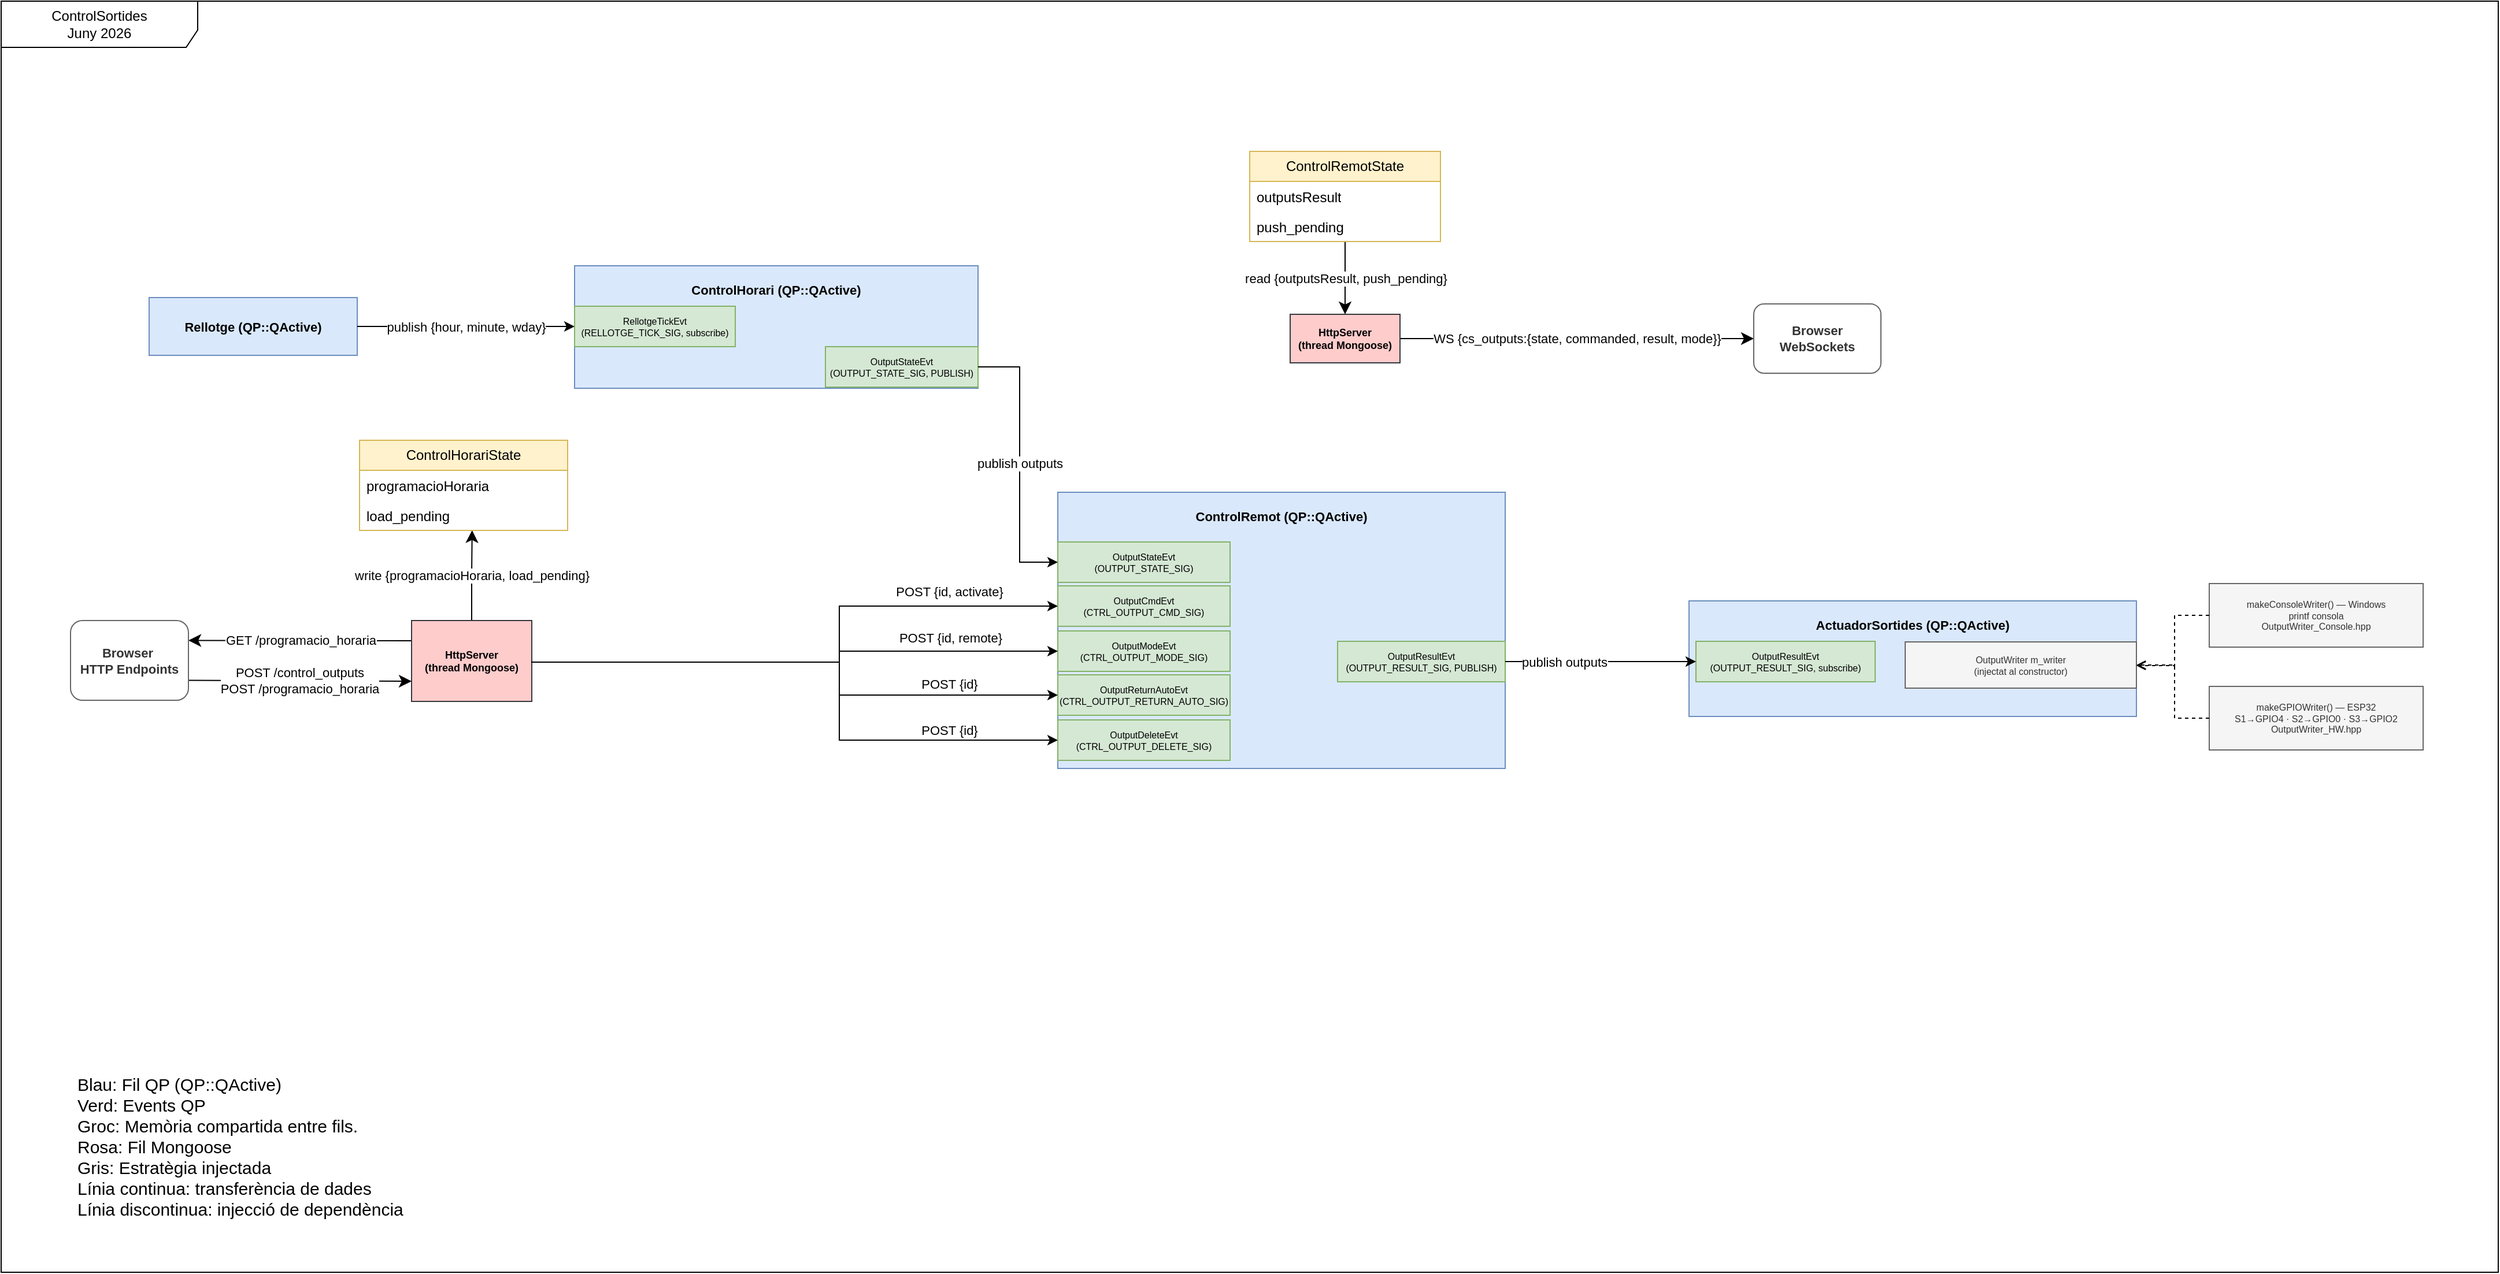
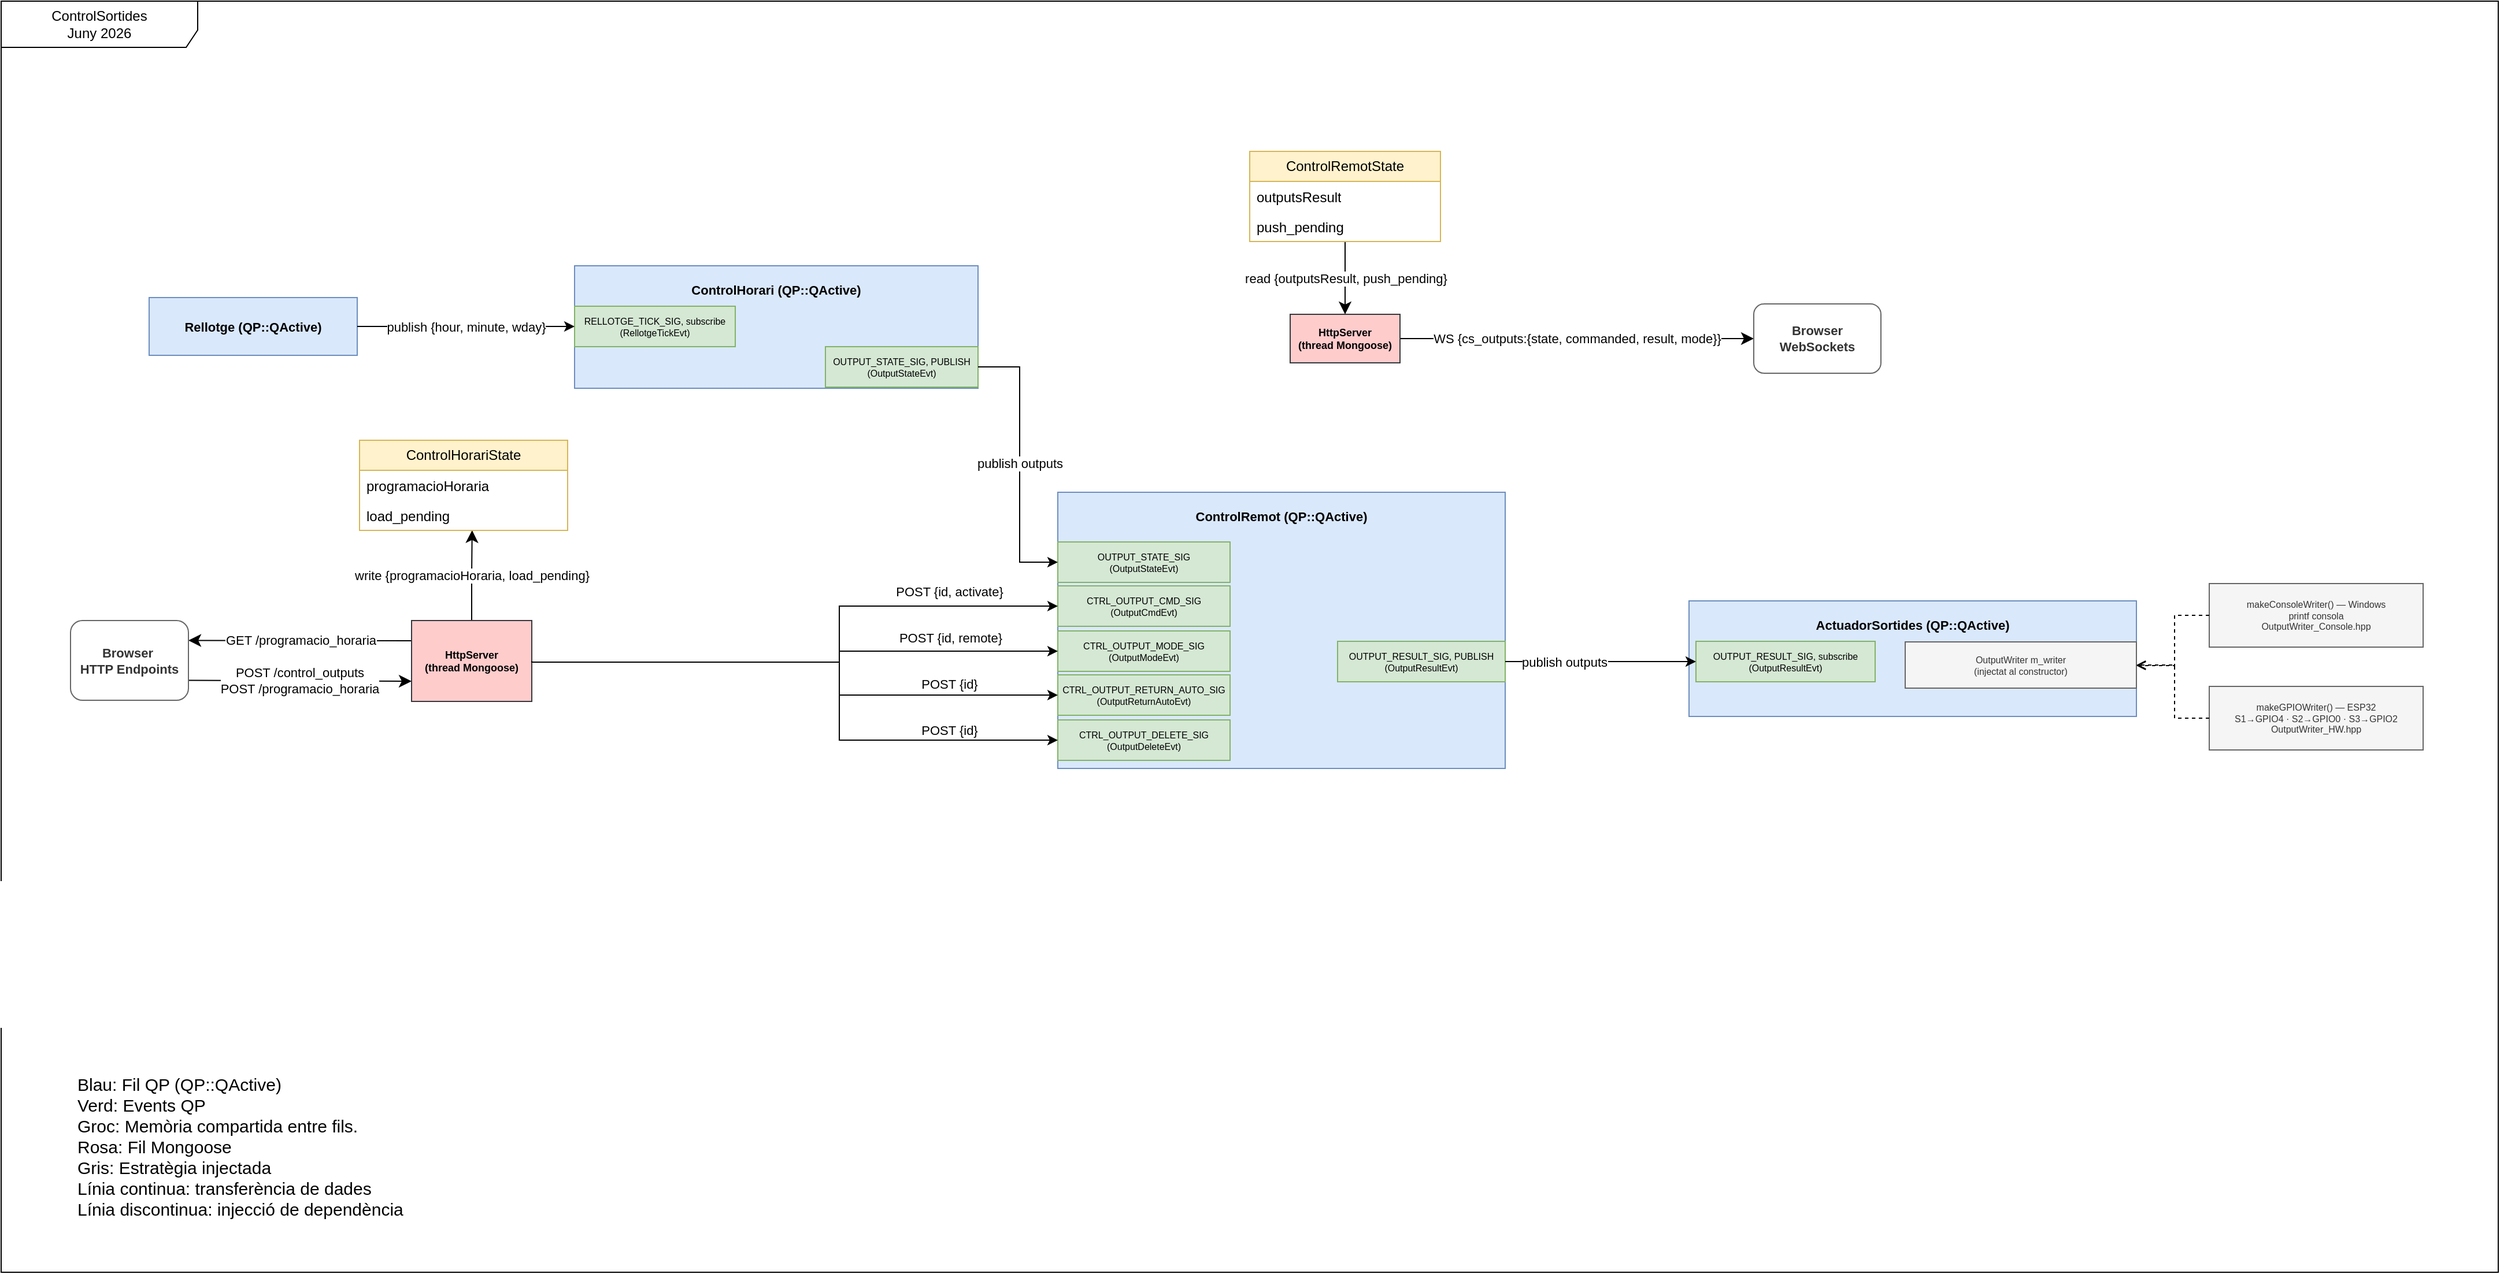
<mxfile host="Electron" agent="Mozilla/5.0 (Windows NT 10.0; Win64; x64) AppleWebKit/537.36 (KHTML, like Gecko) draw.io/28.2.8 Chrome/140.0.7339.240 Electron/38.4.0 Safari/537.36" version="28.2.8">
  <diagram name="ControlRemot" id="controlremot">
    <mxGraphModel dx="2570" dy="1658" grid="1" gridSize="10" guides="1" tooltips="1" connect="1" arrows="1" fold="1" page="1" pageScale="1" pageWidth="2336" pageHeight="1654" math="0" shadow="0">
      <root>
        <mxCell id="0" />
        <mxCell id="1" parent="0" />
        <mxCell id="hFHh7xch7r8VRYxtVC4N-1" value="&lt;span style=&quot;font-family: Helvetica; font-size: 11px;&quot;&gt;GET /programacio_horaria&lt;/span&gt;" style="edgeStyle=none;curved=1;rounded=0;orthogonalLoop=1;jettySize=auto;html=1;exitX=0;exitY=0.25;exitDx=0;exitDy=0;entryX=1;entryY=0.25;entryDx=0;entryDy=0;startSize=8;endSize=8;fontFamily=Helvetica;fontSize=11" parent="1" source="http" target="nPEGExYc4R3wSkc33mew-3" edge="1">
          <mxGeometry relative="1" as="geometry" />
        </mxCell>
        <mxCell id="hX1N1Huatbx-X40mZiJC-2" value="&lt;span style=&quot;color: rgb(0, 0, 0); font-family: Helvetica; font-size: 11px; font-style: normal; font-variant-ligatures: normal; font-variant-caps: normal; font-weight: 400; letter-spacing: normal; orphans: 2; text-align: center; text-indent: 0px; text-transform: none; widows: 2; word-spacing: 0px; -webkit-text-stroke-width: 0px; white-space: nowrap; background-color: rgb(255, 255, 255); text-decoration-thickness: initial; text-decoration-style: initial; text-decoration-color: initial; display: inline !important; float: none;&quot;&gt;write {programacioHoraria, load_pending}&lt;/span&gt;" style="edgeStyle=orthogonalEdgeStyle;rounded=0;orthogonalLoop=1;jettySize=auto;html=1;exitX=0.5;exitY=0;exitDx=0;exitDy=0;startSize=8;endSize=8;entryX=0.541;entryY=0.994;entryDx=0;entryDy=0;entryPerimeter=0;fontFamily=Helvetica;fontSize=11" parent="1" source="http" target="ch_reload_f2" edge="1">
          <mxGeometry relative="1" as="geometry" />
        </mxCell>
        <mxCell id="http" value="HttpServer&#xa;(thread Mongoose)" style="rounded=0;whiteSpace=wrap;html=1;fillColor=#ffcccc;strokeColor=#36393d;fontSize=9;fontStyle=1" parent="1" vertex="1">
          <mxGeometry x="435" y="806" width="104" height="70" as="geometry" />
        </mxCell>
        <mxCell id="nPEGExYc4R3wSkc33mew-6" value="WS {cs_outputs:{state, commanded, result, mode}}" style="edgeStyle=none;curved=1;rounded=0;orthogonalLoop=1;jettySize=auto;html=1;exitX=1;exitY=0.5;exitDx=0;exitDy=0;startSize=8;endSize=8;startArrow=none;startFill=0;fontFamily=Helvetica;fontSize=11" parent="1" source="ws" target="nPEGExYc4R3wSkc33mew-5" edge="1">
          <mxGeometry relative="1" as="geometry" />
        </mxCell>
        <mxCell id="ws" value="HttpServer&lt;br&gt;(thread Mongoose)" style="rounded=0;whiteSpace=wrap;html=1;fillColor=#ffcccc;strokeColor=#36393d;fontSize=9;fontStyle=1" parent="1" vertex="1">
          <mxGeometry x="1195" y="541" width="95" height="42" as="geometry" />
        </mxCell>
        <mxCell id="ch" value="ControlHorari (QP::QActive)" style="rounded=0;whiteSpace=wrap;html=1;fillColor=#dae8fc;strokeColor=#6c8ebf;fontSize=11;fontStyle=1;verticalAlign=top;spacingTop=8" parent="1" vertex="1">
          <mxGeometry x="576" y="499" width="349" height="106" as="geometry" />
        </mxCell>
-         <mxCell id="ch_tick" value="RellotgeTickEvt&#xa;(RELLOTGE_TICK_SIG, subscribe)" style="rounded=0;whiteSpace=wrap;html=1;fillColor=#d5e8d4;strokeColor=#82b366;fontSize=8" parent="1" vertex="1">
+         <mxCell id="ch_tick" value="RELLOTGE_TICK_SIG, subscribe&#xa;(RellotgeTickEvt)" style="rounded=0;whiteSpace=wrap;html=1;fillColor=#d5e8d4;strokeColor=#82b366;fontSize=8" parent="1" vertex="1">
          <mxGeometry x="576" y="534" width="139" height="35" as="geometry" />
        </mxCell>
        <mxCell id="ch_reload" value="ControlHorariState" style="swimlane;fontStyle=0;childLayout=stackLayout;horizontal=1;startSize=26;fillColor=#fff2cc;horizontalStack=0;resizeParent=1;resizeParentMax=0;resizeLast=0;collapsible=0;marginBottom=0;whiteSpace=wrap;html=1;strokeColor=#d6b656;" parent="1" vertex="1">
          <mxGeometry x="390" y="650" width="180" height="78" as="geometry" />
        </mxCell>
        <mxCell id="ch_reload_f1" value="programacioHoraria" style="text;strokeColor=none;fillColor=none;align=left;verticalAlign=top;spacingLeft=4;spacingRight=4;overflow=hidden;rotatable=0;points=[[0,0.5],[1,0.5]];portConstraint=eastwest;whiteSpace=wrap;html=1;" parent="ch_reload" vertex="1">
          <mxGeometry y="26" width="180" height="26" as="geometry" />
        </mxCell>
        <mxCell id="ch_reload_f2" value="load_pending" style="text;strokeColor=none;fillColor=none;align=left;verticalAlign=top;spacingLeft=4;spacingRight=4;overflow=hidden;rotatable=0;points=[[0,0.5],[1,0.5]];portConstraint=eastwest;whiteSpace=wrap;html=1;" parent="ch_reload" vertex="1">
          <mxGeometry y="52" width="180" height="26" as="geometry" />
        </mxCell>
-         <mxCell id="ch_out_io" value="OutputStateEvt&#xa;(OUTPUT_STATE_SIG, PUBLISH)" style="rounded=0;whiteSpace=wrap;html=1;fillColor=#d5e8d4;strokeColor=#82b366;fontSize=8" parent="1" vertex="1">
+         <mxCell id="ch_out_io" value="OUTPUT_STATE_SIG, PUBLISH&#xa;(OutputStateEvt)" style="rounded=0;whiteSpace=wrap;html=1;fillColor=#d5e8d4;strokeColor=#82b366;fontSize=8" parent="1" vertex="1">
          <mxGeometry x="793" y="569" width="132" height="35" as="geometry" />
        </mxCell>
        <mxCell id="rl" value="Rellotge (QP::QActive)" style="rounded=0;whiteSpace=wrap;html=1;fillColor=#dae8fc;strokeColor=#6c8ebf;fontSize=11;fontStyle=1;" parent="1" vertex="1">
          <mxGeometry x="208" y="526.5" width="180" height="50" as="geometry" />
        </mxCell>
        <mxCell id="cr" value="ControlRemot (QP::QActive)" style="rounded=0;whiteSpace=wrap;html=1;fillColor=#dae8fc;strokeColor=#6c8ebf;fontSize=11;fontStyle=1;verticalAlign=top;spacingTop=8" parent="1" vertex="1">
          <mxGeometry x="994" y="695" width="387" height="239" as="geometry" />
        </mxCell>
-         <mxCell id="in_io" value="OutputStateEvt&#xa;(OUTPUT_STATE_SIG)" style="rounded=0;whiteSpace=wrap;html=1;fillColor=#d5e8d4;strokeColor=#82b366;fontSize=8" parent="1" vertex="1">
+         <mxCell id="in_io" value="OUTPUT_STATE_SIG&#xa;(OutputStateEvt)" style="rounded=0;whiteSpace=wrap;html=1;fillColor=#d5e8d4;strokeColor=#82b366;fontSize=8" parent="1" vertex="1">
          <mxGeometry x="994" y="738" width="149" height="35" as="geometry" />
        </mxCell>
-         <mxCell id="in_cmd" value="OutputCmdEvt&#xa;(CTRL_OUTPUT_CMD_SIG)" style="rounded=0;whiteSpace=wrap;html=1;fillColor=#d5e8d4;strokeColor=#82b366;fontSize=8" parent="1" vertex="1">
+         <mxCell id="in_cmd" value="CTRL_OUTPUT_CMD_SIG&#xa;(OutputCmdEvt)" style="rounded=0;whiteSpace=wrap;html=1;fillColor=#d5e8d4;strokeColor=#82b366;fontSize=8" parent="1" vertex="1">
          <mxGeometry x="994" y="776" width="149" height="35" as="geometry" />
        </mxCell>
-         <mxCell id="in_mode" value="OutputModeEvt&#xa;(CTRL_OUTPUT_MODE_SIG)" style="rounded=0;whiteSpace=wrap;html=1;fillColor=#d5e8d4;strokeColor=#82b366;fontSize=8" parent="1" vertex="1">
+         <mxCell id="in_mode" value="CTRL_OUTPUT_MODE_SIG&#xa;(OutputModeEvt)" style="rounded=0;whiteSpace=wrap;html=1;fillColor=#d5e8d4;strokeColor=#82b366;fontSize=8" parent="1" vertex="1">
          <mxGeometry x="994" y="815" width="149" height="35" as="geometry" />
        </mxCell>
-         <mxCell id="in_ret" value="OutputReturnAutoEvt&#xa;(CTRL_OUTPUT_RETURN_AUTO_SIG)" style="rounded=0;whiteSpace=wrap;html=1;fillColor=#d5e8d4;strokeColor=#82b366;fontSize=8" parent="1" vertex="1">
+         <mxCell id="in_ret" value="CTRL_OUTPUT_RETURN_AUTO_SIG&#xa;(OutputReturnAutoEvt)" style="rounded=0;whiteSpace=wrap;html=1;fillColor=#d5e8d4;strokeColor=#82b366;fontSize=8" parent="1" vertex="1">
          <mxGeometry x="994" y="853" width="149" height="35" as="geometry" />
        </mxCell>
-         <mxCell id="in_del" value="OutputDeleteEvt&#xa;(CTRL_OUTPUT_DELETE_SIG)" style="rounded=0;whiteSpace=wrap;html=1;fillColor=#d5e8d4;strokeColor=#82b366;fontSize=8" parent="1" vertex="1">
+         <mxCell id="in_del" value="CTRL_OUTPUT_DELETE_SIG&#xa;(OutputDeleteEvt)" style="rounded=0;whiteSpace=wrap;html=1;fillColor=#d5e8d4;strokeColor=#82b366;fontSize=8" parent="1" vertex="1">
          <mxGeometry x="994" y="892" width="149" height="35" as="geometry" />
        </mxCell>
-         <mxCell id="out_pub" value="OutputResultEvt&#xa;(OUTPUT_RESULT_SIG, PUBLISH)" style="rounded=0;whiteSpace=wrap;html=1;fillColor=#d5e8d4;strokeColor=#82b366;fontSize=8" parent="1" vertex="1">
+         <mxCell id="out_pub" value="OUTPUT_RESULT_SIG, PUBLISH&#xa;(OutputResultEvt)" style="rounded=0;whiteSpace=wrap;html=1;fillColor=#d5e8d4;strokeColor=#82b366;fontSize=8" parent="1" vertex="1">
          <mxGeometry x="1236" y="824" width="145" height="35" as="geometry" />
        </mxCell>
        <mxCell id="hX1N1Huatbx-X40mZiJC-3" value="&lt;span style=&quot;font-size: 11px;&quot;&gt;read {outputsResult, push_pending}&lt;/span&gt;" style="edgeStyle=orthogonalEdgeStyle;rounded=0;orthogonalLoop=1;jettySize=auto;html=1;entryX=0.5;entryY=0;entryDx=0;entryDy=0;startSize=8;endSize=8;fontFamily=Helvetica;fontSize=11" parent="1" source="out_ss" target="ws" edge="1">
          <mxGeometry relative="1" as="geometry" />
        </mxCell>
        <mxCell id="out_ss" value="ControlRemotState" style="swimlane;fontStyle=0;childLayout=stackLayout;horizontal=1;startSize=26;fillColor=#fff2cc;horizontalStack=0;resizeParent=1;resizeParentMax=0;resizeLast=0;collapsible=0;marginBottom=0;whiteSpace=wrap;html=1;strokeColor=#d6b656;" parent="1" vertex="1">
          <mxGeometry x="1160" y="400" width="165" height="78" as="geometry" />
        </mxCell>
        <mxCell id="out_ss_f1" value="outputsResult" style="text;strokeColor=none;fillColor=none;align=left;verticalAlign=top;spacingLeft=4;spacingRight=4;overflow=hidden;rotatable=0;points=[[0,0.5],[1,0.5]];portConstraint=eastwest;whiteSpace=wrap;html=1;" parent="out_ss" vertex="1">
          <mxGeometry y="26" width="165" height="26" as="geometry" />
        </mxCell>
        <mxCell id="out_ss_f2" value="push_pending" style="text;strokeColor=none;fillColor=none;align=left;verticalAlign=top;spacingLeft=4;spacingRight=4;overflow=hidden;rotatable=0;points=[[0,0.5],[1,0.5]];portConstraint=eastwest;whiteSpace=wrap;html=1;" parent="out_ss" vertex="1">
          <mxGeometry y="52" width="165" height="26" as="geometry" />
        </mxCell>
        <mxCell id="e1" value="POST {id, activate}" style="edgeStyle=orthogonalEdgeStyle;rounded=0;html=1;exitX=1;exitY=0.5;entryX=0;entryY=0.5;fontFamily=Helvetica;fontSize=11" parent="1" source="http" target="in_cmd" edge="1">
          <mxGeometry x="0.6274" y="14" relative="1" as="geometry">
            <Array as="points">
              <mxPoint x="805" y="842" />
              <mxPoint x="805" y="794" />
            </Array>
            <mxPoint y="1" as="offset" />
          </mxGeometry>
        </mxCell>
        <mxCell id="e2" value="POST {id, remote}" style="edgeStyle=orthogonalEdgeStyle;rounded=0;html=1;exitX=1;exitY=0.5;entryX=0;entryY=0.5;fontFamily=Helvetica;fontSize=11" parent="1" source="http" target="in_mode" edge="1">
          <mxGeometry x="0.5961" y="13" relative="1" as="geometry">
            <Array as="points">
              <mxPoint x="805" y="842" />
              <mxPoint x="805" y="832" />
            </Array>
            <mxPoint x="1" y="1" as="offset" />
          </mxGeometry>
        </mxCell>
        <mxCell id="e3" value="POST {id}" style="edgeStyle=orthogonalEdgeStyle;rounded=0;html=1;exitX=1;exitY=0.5;entryX=0;entryY=0.5;fontFamily=Helvetica;fontSize=11" parent="1" source="http" target="in_ret" edge="1">
          <mxGeometry x="0.612" y="-29" relative="1" as="geometry">
            <Array as="points">
              <mxPoint x="539" y="842" />
              <mxPoint x="805" y="842" />
              <mxPoint x="805" y="871" />
            </Array>
            <mxPoint y="1" as="offset" />
          </mxGeometry>
        </mxCell>
        <mxCell id="e4" value="POST {id}" style="edgeStyle=orthogonalEdgeStyle;rounded=0;html=1;exitX=1;exitY=0.5;entryX=0;entryY=0.5;fontFamily=Helvetica;fontSize=11" parent="1" source="http" target="in_del" edge="1">
          <mxGeometry x="0.6409" y="50" relative="1" as="geometry">
            <Array as="points">
              <mxPoint x="539" y="842" />
              <mxPoint x="805" y="842" />
              <mxPoint x="805" y="909" />
            </Array>
            <mxPoint y="1" as="offset" />
          </mxGeometry>
        </mxCell>
        <mxCell id="e7" value="publish outputs" style="edgeStyle=orthogonalEdgeStyle;rounded=0;html=1;exitX=1;exitY=0.5;entryX=0;entryY=0.5;entryDx=0;entryDy=0;fontFamily=Helvetica;fontSize=11" parent="1" source="ch_out_io" target="in_io" edge="1">
          <mxGeometry relative="1" as="geometry">
            <Array as="points">
              <mxPoint x="961" y="587" />
              <mxPoint x="961" y="755" />
            </Array>
          </mxGeometry>
        </mxCell>
        <mxCell id="e10" value="publish {hour, minute, wday}" style="edgeStyle=orthogonalEdgeStyle;rounded=0;html=1;exitX=1;exitY=0.5;exitDx=0;exitDy=0;entryX=0;entryY=0.5;entryDx=0;entryDy=0;fontFamily=Helvetica;fontSize=11" parent="1" source="rl" target="ch_tick" edge="1">
          <mxGeometry relative="1" as="geometry" />
        </mxCell>
        <mxCell id="hFHh7xch7r8VRYxtVC4N-2" value="&lt;span style=&quot;font-size: 11px;&quot;&gt;POST /control_outputs&lt;br&gt;POST /programacio_horaria&lt;/span&gt;" style="edgeStyle=none;curved=1;rounded=0;orthogonalLoop=1;jettySize=auto;html=1;exitX=1;exitY=0.75;exitDx=0;exitDy=0;entryX=0;entryY=0.75;entryDx=0;entryDy=0;startSize=8;endSize=8;fontFamily=Helvetica;fontSize=11" parent="1" source="nPEGExYc4R3wSkc33mew-3" target="http" edge="1">
          <mxGeometry relative="1" as="geometry" />
        </mxCell>
        <mxCell id="nPEGExYc4R3wSkc33mew-3" value="&lt;b&gt;Browser&amp;nbsp;&lt;/b&gt;&lt;div&gt;&lt;b&gt;HTTP Endpoints&lt;/b&gt;&lt;/div&gt;" style="rounded=1;whiteSpace=wrap;html=1;fillColor=#ffffff;strokeColor=#666666;fontColor=#333333;fontSize=11;" parent="1" vertex="1">
          <mxGeometry x="140" y="806" width="102" height="69" as="geometry" />
        </mxCell>
        <mxCell id="nPEGExYc4R3wSkc33mew-5" value="&lt;b&gt;Browser WebSockets&lt;/b&gt;" style="rounded=1;whiteSpace=wrap;html=1;fillColor=#ffffff;strokeColor=#666666;fontColor=#333333;fontSize=11;" parent="1" vertex="1">
          <mxGeometry x="1596" y="532" width="110" height="60" as="geometry" />
        </mxCell>
        <mxCell id="jaKRlGInz0ltfFADGkvu-5" value="ControlSortides&lt;div&gt;Juny 2026&lt;/div&gt;" style="shape=umlFrame;whiteSpace=wrap;html=1;pointerEvents=0;recursiveResize=0;container=1;collapsible=0;width=170;height=40;" parent="1" vertex="1">
          <mxGeometry x="80" y="270" width="2160" height="1100" as="geometry" />
        </mxCell>
        <mxCell id="IJb5zE0oGNF-HTFJebx6-1" value="&lt;div&gt;&lt;font style=&quot;font-size: 15px;&quot;&gt;Blau: Fil QP (QP::QActive)&lt;/font&gt;&lt;/div&gt;&lt;div&gt;&lt;font style=&quot;font-size: 15px;&quot;&gt;Verd: Events QP&lt;/font&gt;&lt;/div&gt;&lt;div&gt;&lt;font style=&quot;font-size: 15px;&quot;&gt;Groc: Memòria compartida entre fils.&lt;/font&gt;&lt;/div&gt;&lt;div&gt;&lt;font style=&quot;font-size: 15px;&quot;&gt;Rosa: Fil Mongoose&lt;/font&gt;&lt;/div&gt;&lt;div&gt;&lt;font style=&quot;font-size: 15px;&quot;&gt;Gris: Estratègia injectada&lt;/font&gt;&lt;/div&gt;&lt;div&gt;&lt;font style=&quot;font-size: 15px;&quot;&gt;Línia continua: transferència de dades&lt;/font&gt;&lt;/div&gt;&lt;div&gt;&lt;font style=&quot;font-size: 15px;&quot;&gt;Línia discontinua: injecció de dependència&lt;/font&gt;&lt;/div&gt;" style="text;strokeColor=none;fillColor=none;align=left;verticalAlign=middle;spacingLeft=4;spacingRight=4;overflow=hidden;whiteSpace=wrap;html=1;" parent="jaKRlGInz0ltfFADGkvu-5" vertex="1">
          <mxGeometry x="60" y="926" width="430" height="130" as="geometry" />
        </mxCell>
        <mxCell id="as" value="ActuadorSortides (QP::QActive)" style="rounded=0;whiteSpace=wrap;html=1;fillColor=#dae8fc;strokeColor=#6c8ebf;fontSize=11;fontStyle=1;verticalAlign=top;spacingTop=8" parent="1" vertex="1">
          <mxGeometry x="1540" y="789" width="387" height="100" as="geometry" />
        </mxCell>
-         <mxCell id="as_in" value="OutputResultEvt&#xa;(OUTPUT_RESULT_SIG, subscribe)" style="rounded=0;whiteSpace=wrap;html=1;fillColor=#d5e8d4;strokeColor=#82b366;fontSize=8" parent="1" vertex="1">
+         <mxCell id="as_in" value="OUTPUT_RESULT_SIG, subscribe&#xa;(OutputResultEvt)" style="rounded=0;whiteSpace=wrap;html=1;fillColor=#d5e8d4;strokeColor=#82b366;fontSize=8" parent="1" vertex="1">
          <mxGeometry x="1546" y="824" width="155" height="35" as="geometry" />
        </mxCell>
        <mxCell id="as_gpio" value="OutputWriter m_writer&#xa;(injectat al constructor)" style="rounded=0;whiteSpace=wrap;html=1;fillColor=#f5f5f5;strokeColor=#666666;fontColor=#333333;fontSize=8" parent="1" vertex="1">
          <mxGeometry x="1727" y="824.5" width="200" height="40" as="geometry" />
        </mxCell>
        <mxCell id="e_as" value="publish outputs" style="edgeStyle=orthogonalEdgeStyle;rounded=0;html=1;exitX=1;exitY=0.5;exitDx=0;exitDy=0;entryX=0;entryY=0.5;entryDx=0;entryDy=0;fontFamily=Helvetica;fontSize=11" parent="1" source="out_pub" target="as_in" edge="1">
          <mxGeometry x="-0.3157" relative="1" as="geometry">
            <Array as="points">
              <mxPoint x="1410" y="837" />
              <mxPoint x="1410" y="842" />
              <mxPoint x="1466" y="842" />
            </Array>
            <mxPoint as="offset" />
          </mxGeometry>
        </mxCell>
        <mxCell id="ow_hw" value="makeGPIOWriter() — ESP32&#xa;S1→GPIO4 · S2→GPIO0 · S3→GPIO2&#xa;OutputWriter_HW.hpp" style="rounded=0;whiteSpace=wrap;html=1;fillColor=#f5f5f5;strokeColor=#666666;fontColor=#333333;fontSize=8" parent="1" vertex="1">
          <mxGeometry x="1990" y="863" width="185" height="55" as="geometry" />
        </mxCell>
        <mxCell id="ow_console" value="makeConsoleWriter() — Windows&#xa;printf consola&#xa;OutputWriter_Console.hpp" style="rounded=0;whiteSpace=wrap;html=1;fillColor=#f5f5f5;strokeColor=#666666;fontColor=#333333;fontSize=8" parent="1" vertex="1">
          <mxGeometry x="1990" y="774" width="185" height="55" as="geometry" />
        </mxCell>
        <mxCell id="e_ow_hw" value="" style="edgeStyle=orthogonalEdgeStyle;rounded=0;html=1;exitX=0;exitY=0.5;exitDx=0;exitDy=0;entryX=1;entryY=0.5;entryDx=0;entryDy=0;dashed=1;endArrow=open;endFill=0;fontFamily=Helvetica;fontSize=11" parent="1" source="ow_hw" target="as_gpio" edge="1">
          <mxGeometry x="-0.1192" relative="1" as="geometry">
            <Array as="points">
              <mxPoint x="1960" y="890" />
              <mxPoint x="1960" y="844" />
            </Array>
            <mxPoint as="offset" />
          </mxGeometry>
        </mxCell>
        <mxCell id="e_ow_con" value="" style="edgeStyle=orthogonalEdgeStyle;rounded=0;html=1;entryX=1;entryY=0.5;entryDx=0;entryDy=0;dashed=1;endArrow=open;endFill=0;fontFamily=Helvetica;fontSize=11" parent="1" source="ow_console" target="as_gpio" edge="1">
          <mxGeometry relative="1" as="geometry">
            <Array as="points">
              <mxPoint x="1960" y="802" />
              <mxPoint x="1960" y="845" />
              <mxPoint x="1927" y="845" />
            </Array>
          </mxGeometry>
        </mxCell>
      </root>
    </mxGraphModel>
  </diagram>
</mxfile>
